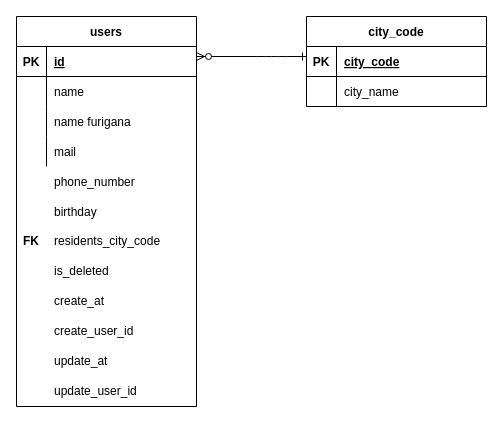
Yuta-KTD/quelcode-php-db keeps this draw.io diagram as db-image.dio. Above is the earlier version. Source tidied: cells renumbered, new cells numbered last; positions are measured from the earlier drawing's top-left corner, leaving out a move shared by most shapes. Both pictures are drawn from the tidied source at 100%, with x=0, y=0 at pixel (16, 16).
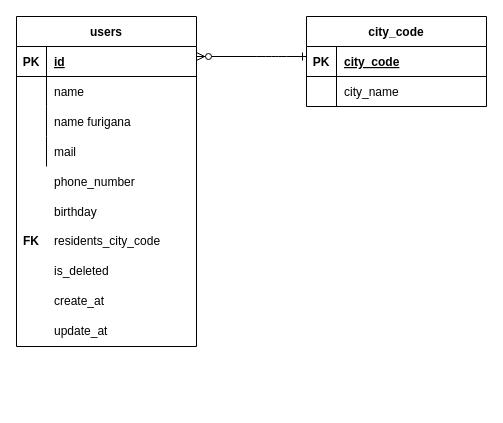
Above is the later version.

Commit message (it also covers changes not shown here):
会員情報保存、修正時のDB構成変更のため修正

Diff of the diagram source:
```diff
@@
     <mxCell id="2" value="users" style="shape=table;startSize=30;childLayout=tableLayout;rowLines=0;fontStyle=1;align=center;" parent="1" vertex="1">
-      <mxGeometry width="180" height="390" as="geometry" />
+      <mxGeometry width="180" height="330" as="geometry" />
     </mxCell>
@@
-    <mxCell id="27" value="create_user_id" style="shape=partialRectangle;fillColor=none;top=0;left=0;bottom=0;right=0;align=left;spacingLeft=6;overflow=hidden;fontStyle=0;" parent="1" vertex="1">
-      <mxGeometry x="30" y="299" width="150" height="30" as="geometry" />
-    </mxCell>
     <mxCell id="28" value="update_at" style="shape=partialRectangle;fillColor=none;top=0;left=0;bottom=0;right=0;align=left;spacingLeft=6;overflow=hidden;fontStyle=0;" parent="1" vertex="1">
-      <mxGeometry x="30" y="329" width="150" height="30" as="geometry" />
+      <mxGeometry x="30" y="299" width="150" height="30" as="geometry" />
     </mxCell>
-    <mxCell id="29" value="update_user_id" style="shape=partialRectangle;fillColor=none;top=0;left=0;bottom=0;right=0;align=left;spacingLeft=6;overflow=hidden;fontStyle=0;" parent="1" vertex="1">
-      <mxGeometry x="30" y="359" width="150" height="30" as="geometry" />
-    </mxCell>
```
